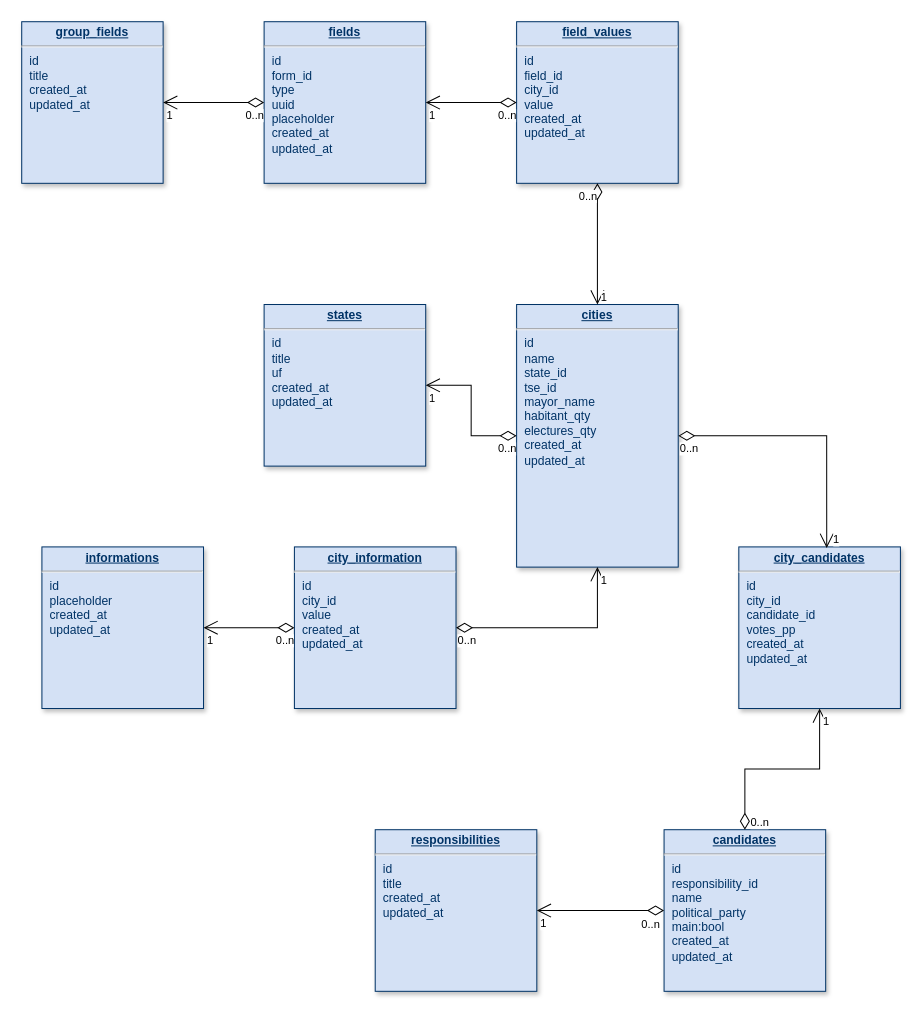
Above: static-assets/mer.drawio in rodolfoneto/mapa-eleitoral (draw.io), before the change. Source tidied: cells renumbered, new cells numbered last; positions are measured from the earlier drawing's top-left corner, leaving out a move shared by most shapes. Both pictures are drawn from the tidied source at 101%, with x=0, y=0 at pixel (21, 21).
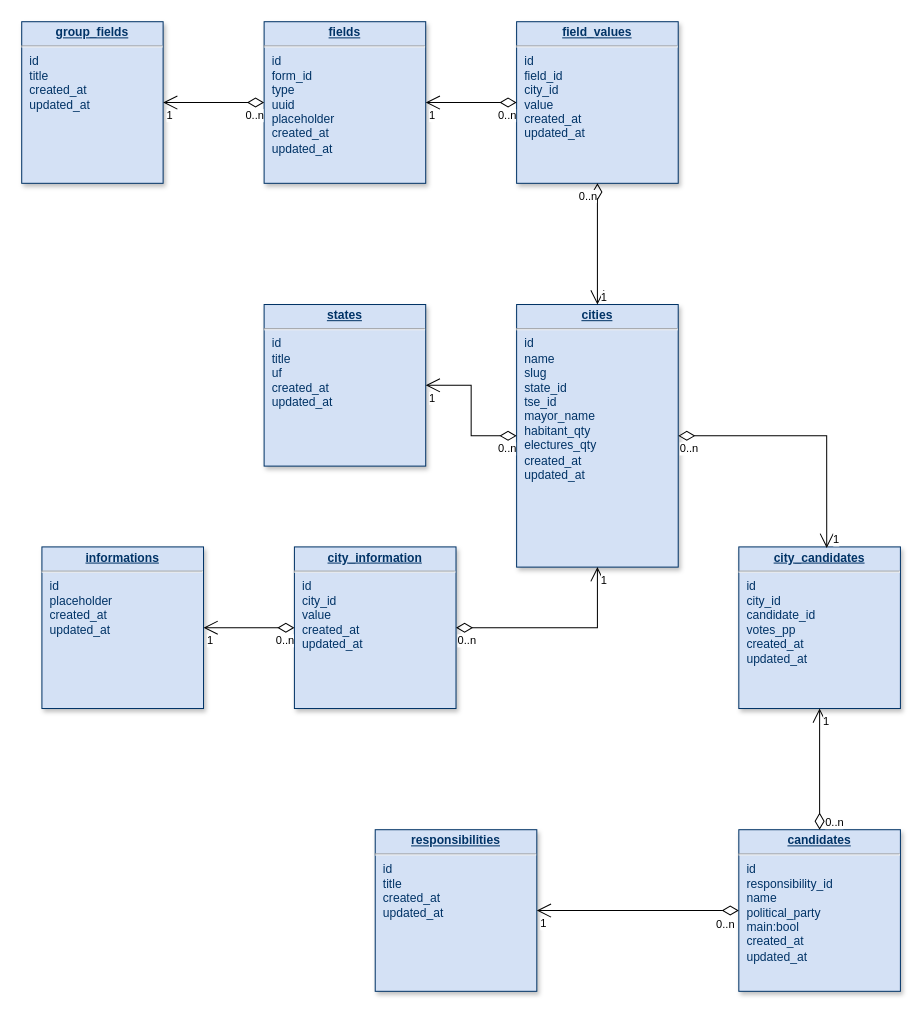
The same page after the edit.

Commit message (it also covers changes not shown here):
correcao no MER add crsf no cities.show

Change to the diagram source:
```diff
@@
-    <mxCell id="8" value="&lt;p style=&quot;margin: 0px ; margin-top: 4px ; text-align: center ; text-decoration: underline&quot;&gt;&lt;b&gt;cities&lt;/b&gt;&lt;/p&gt;&lt;hr&gt;&lt;p style=&quot;margin: 0px ; margin-left: 8px&quot;&gt;id&lt;/p&gt;&lt;p style=&quot;margin: 0px ; margin-left: 8px&quot;&gt;name&lt;br&gt;&lt;/p&gt;&lt;p style=&quot;margin: 0px ; margin-left: 8px&quot;&gt;state_id&lt;/p&gt;&lt;p style=&quot;margin: 0px ; margin-left: 8px&quot;&gt;tse_id&lt;br&gt;&lt;/p&gt;&lt;p style=&quot;margin: 0px ; margin-left: 8px&quot;&gt;mayor_name&lt;/p&gt;&lt;p style=&quot;margin: 0px ; margin-left: 8px&quot;&gt;habitant_qty&lt;/p&gt;&lt;p style=&quot;margin: 0px ; margin-left: 8px&quot;&gt;electures_qty&lt;/p&gt;&lt;p style=&quot;margin: 0px ; margin-left: 8px&quot;&gt;created_at&lt;/p&gt;&lt;p style=&quot;margin: 0px ; margin-left: 8px&quot;&gt;updated_at&lt;/p&gt;" style="verticalAlign=top;align=left;overflow=fill;fontSize=12;fontFamily=Helvetica;html=1;strokeColor=#003366;shadow=1;fillColor=#D4E1F5;fontColor=#003366;" parent="1" vertex="1">
+    <mxCell id="8" value="&lt;p style=&quot;margin: 0px ; margin-top: 4px ; text-align: center ; text-decoration: underline&quot;&gt;&lt;b&gt;cities&lt;/b&gt;&lt;/p&gt;&lt;hr&gt;&lt;p style=&quot;margin: 0px ; margin-left: 8px&quot;&gt;id&lt;/p&gt;&lt;p style=&quot;margin: 0px ; margin-left: 8px&quot;&gt;name&lt;br&gt;&lt;/p&gt;&lt;p style=&quot;margin: 0px ; margin-left: 8px&quot;&gt;slug&lt;/p&gt;&lt;p style=&quot;margin: 0px ; margin-left: 8px&quot;&gt;state_id&lt;/p&gt;&lt;p style=&quot;margin: 0px ; margin-left: 8px&quot;&gt;tse_id&lt;br&gt;&lt;/p&gt;&lt;p style=&quot;margin: 0px ; margin-left: 8px&quot;&gt;mayor_name&lt;/p&gt;&lt;p style=&quot;margin: 0px ; margin-left: 8px&quot;&gt;habitant_qty&lt;/p&gt;&lt;p style=&quot;margin: 0px ; margin-left: 8px&quot;&gt;electures_qty&lt;/p&gt;&lt;p style=&quot;margin: 0px ; margin-left: 8px&quot;&gt;created_at&lt;/p&gt;&lt;p style=&quot;margin: 0px ; margin-left: 8px&quot;&gt;updated_at&lt;/p&gt;" style="verticalAlign=top;align=left;overflow=fill;fontSize=12;fontFamily=Helvetica;html=1;strokeColor=#003366;shadow=1;fillColor=#D4E1F5;fontColor=#003366;" parent="1" vertex="1">
       <mxGeometry x="490" y="280" width="160" height="260" as="geometry" />
     </mxCell>
@@
     <mxCell id="28" value="&lt;p style=&quot;margin: 0px ; margin-top: 4px ; text-align: center ; text-decoration: underline&quot;&gt;&lt;b&gt;candidates&lt;/b&gt;&lt;/p&gt;&lt;hr&gt;&lt;p style=&quot;margin: 0px ; margin-left: 8px&quot;&gt;id&lt;/p&gt;&lt;p style=&quot;margin: 0px ; margin-left: 8px&quot;&gt;responsibility_id&lt;br&gt;&lt;/p&gt;&lt;p style=&quot;margin: 0px ; margin-left: 8px&quot;&gt;name&lt;/p&gt;&lt;p style=&quot;margin: 0px ; margin-left: 8px&quot;&gt;political_party&lt;/p&gt;&lt;p style=&quot;margin: 0px ; margin-left: 8px&quot;&gt;main:bool&lt;/p&gt;&lt;p style=&quot;margin: 0px ; margin-left: 8px&quot;&gt;created_at&lt;/p&gt;&lt;p style=&quot;margin: 0px ; margin-left: 8px&quot;&gt;updated_at&lt;/p&gt;" style="verticalAlign=top;align=left;overflow=fill;fontSize=12;fontFamily=Helvetica;html=1;strokeColor=#003366;shadow=1;fillColor=#D4E1F5;fontColor=#003366;" parent="1" vertex="1">
-      <mxGeometry x="636" y="800" width="160" height="160" as="geometry" />
+      <mxGeometry x="710" y="800" width="160" height="160" as="geometry" />
     </mxCell>
```
